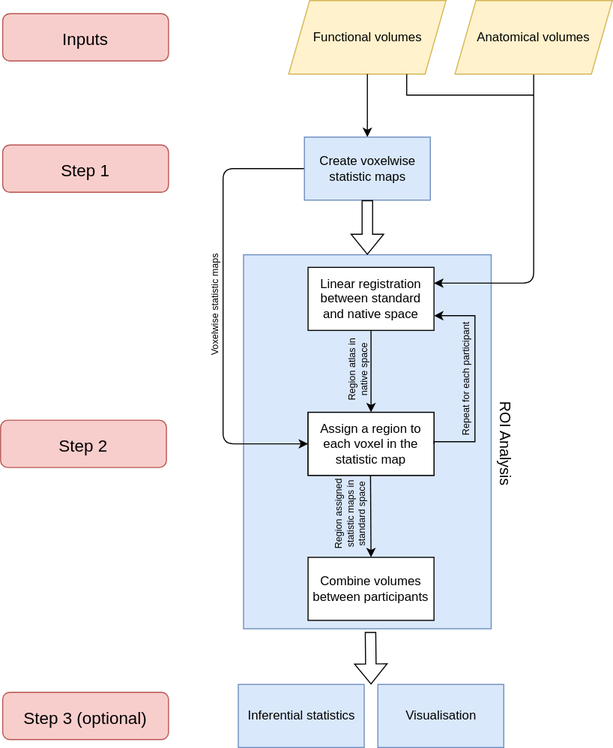
Earlier version of the draw.io export docs/images/process_overview.svg (elliohow/fMRI_ROI_Analysis_Tool). Source tidied: cells renumbered, new cells last; positions are measured from the earlier drawing's top-left corner, leaving out a move shared by most shapes. The source it was exported from:
```xml
<mxGraphModel>
  <root>
    <mxCell id="0" />
    <mxCell id="1" parent="0" />
    <mxCell id="2" style="rounded=0;whiteSpace=wrap;html=1;fillColor=#dae8fc;strokeColor=#6c8ebf;" parent="1" vertex="1">
      <mxGeometry x="231.5" y="242" width="236" height="356" as="geometry" />
    </mxCell>
    <mxCell id="3" value="Linear registration between standard and native space" style="rounded=0;whiteSpace=wrap;html=1;" parent="1" vertex="1">
      <mxGeometry x="293" y="254" width="120" height="60" as="geometry" />
    </mxCell>
    <mxCell id="4" style="endArrow=classic;html=1;exitX=0.5;exitY=1;exitDx=0;exitDy=0;entryX=1;entryY=0.25;entryDx=0;entryDy=0;" parent="1" edge="1" source="12" target="3">
      <mxGeometry relative="1" as="geometry">
        <Array as="points">
          <mxPoint x="508" y="269" />
        </Array>
      </mxGeometry>
    </mxCell>
    <mxCell id="5" value="ROI Analysis" style="rounded=0;whiteSpace=wrap;html=1;" parent="1" vertex="1">
      <mxGeometry x="293" y="392" width="120" height="60" as="geometry" />
    </mxCell>
    <mxCell id="6" value="Visualisation" style="rounded=0;whiteSpace=wrap;html=1;fillColor=#dae8fc;strokeColor=#6c8ebf;" parent="1" vertex="1">
      <mxGeometry x="359.5" y="651" width="120" height="60" as="geometry" />
    </mxCell>
    <mxCell id="7" value="Inferential statistics" style="rounded=0;whiteSpace=wrap;html=1;fillColor=#dae8fc;strokeColor=#6c8ebf;" parent="1" vertex="1">
      <mxGeometry x="226.5" y="651" width="120" height="60" as="geometry" />
    </mxCell>
    <mxCell id="8" style="endArrow=classic;html=1;exitX=0.5;exitY=1;exitDx=0;exitDy=0;entryX=0.5;entryY=0;entryDx=0;entryDy=0;" parent="1" edge="1" source="3" target="5">
      <mxGeometry relative="1" as="geometry" />
    </mxCell>
    <mxCell id="9" style="endArrow=classic;html=1;entryX=0;entryY=0.5;entryDx=0;entryDy=0;exitX=0;exitY=0.5;exitDx=0;exitDy=0;" parent="1" edge="1" source="15" target="17">
      <mxGeometry relative="1" as="geometry">
        <Array as="points">
          <mxPoint x="212" y="160" />
          <mxPoint x="212" y="422" />
        </Array>
      </mxGeometry>
    </mxCell>
    <mxCell id="10" value="&lt;div&gt;Region atlas in native space&lt;/div&gt;" style="text;html=1;strokeColor=none;fillColor=none;align=center;verticalAlign=middle;whiteSpace=wrap;rounded=0;rotation=-90;fontSize=9;" parent="1" vertex="1">
      <mxGeometry x="304.8" y="341.8" width="71.5" height="20" as="geometry" />
    </mxCell>
    <mxCell id="11" value="&lt;div&gt;Voxelwise statistic maps&lt;br&gt;&lt;/div&gt;" style="text;html=1;strokeColor=none;fillColor=none;align=center;verticalAlign=middle;whiteSpace=wrap;rounded=0;rotation=-90;fontSize=9;" parent="1" vertex="1">
      <mxGeometry x="133.5" y="280.5" width="142" height="19" as="geometry" />
    </mxCell>
    <mxCell id="12" value="&lt;div&gt;Anatomical volumes&lt;br&gt;&lt;/div&gt;" style="shape=parallelogram;perimeter=parallelogramPerimeter;whiteSpace=wrap;html=1;fixedSize=1;rounded=0;glass=0;fillColor=#fff2cc;strokeColor=#d6b656;" parent="1" vertex="1">
      <mxGeometry x="433" width="150" height="70" as="geometry" />
    </mxCell>
    <mxCell id="13" value="Functional volumes" style="shape=parallelogram;perimeter=parallelogramPerimeter;whiteSpace=wrap;html=1;fixedSize=1;rounded=0;glass=0;fillColor=#fff2cc;strokeColor=#d6b656;" parent="1" vertex="1">
      <mxGeometry x="274.5" width="150" height="70" as="geometry" />
    </mxCell>
    <mxCell id="14" style="endArrow=classic;html=1;exitX=0.5;exitY=1;exitDx=0;exitDy=0;entryX=0.5;entryY=0;entryDx=0;entryDy=0;" parent="1" edge="1" source="13" target="15">
      <mxGeometry relative="1" as="geometry" />
    </mxCell>
    <mxCell id="15" value="Create voxelwise statistic maps" style="rounded=0;whiteSpace=wrap;html=1;fillColor=#dae8fc;strokeColor=#6c8ebf;" parent="1" vertex="1">
      <mxGeometry x="289.5" y="130" width="120" height="60" as="geometry" />
    </mxCell>
    <mxCell id="16" value="&lt;font style=&quot;font-size: 14px;&quot;&gt;ROI Analysis&lt;/font&gt;" style="text;html=1;strokeColor=none;fillColor=none;align=center;verticalAlign=middle;whiteSpace=wrap;rounded=0;rotation=90;fontSize=9;" parent="1" vertex="1">
      <mxGeometry x="434" y="412.5" width="95" height="19" as="geometry" />
    </mxCell>
    <mxCell id="17" value="Assign a region to each voxel in the statistic map " style="rounded=0;whiteSpace=wrap;html=1;" parent="1" vertex="1">
      <mxGeometry x="293" y="392" width="120" height="60" as="geometry" />
    </mxCell>
    <mxCell id="18" style="edgeStyle=orthogonalEdgeStyle;rounded=0;jettySize=auto;html=1;fontSize=20;exitX=1;exitY=0.5;exitDx=0;exitDy=0;" parent="1" edge="1" source="17" target="3">
      <mxGeometry relative="1" as="geometry">
        <Array as="points">
          <mxPoint x="413" y="420" />
          <mxPoint x="452" y="420" />
          <mxPoint x="452" y="300" />
        </Array>
      </mxGeometry>
    </mxCell>
    <mxCell id="19" value="Combine volumes between participants" style="rounded=0;whiteSpace=wrap;html=1;" parent="1" vertex="1">
      <mxGeometry x="293" y="530" width="120" height="60" as="geometry" />
    </mxCell>
    <mxCell id="20" style="shape=flexArrow;endArrow=classic;html=1;rounded=0;fontSize=14;entryX=0.5;entryY=0;entryDx=0;entryDy=0;exitX=0.5;exitY=1;exitDx=0;exitDy=0;" parent="1" edge="1" source="15" target="2">
      <mxGeometry relative="1" as="geometry" />
    </mxCell>
    <mxCell id="21" style="shape=flexArrow;endArrow=classic;html=1;rounded=0;fontSize=14;exitX=0.5;exitY=1;exitDx=0;exitDy=0;" parent="1" edge="1">
      <mxGeometry relative="1" as="geometry">
        <mxPoint x="352.5" y="601" as="sourcePoint" />
        <mxPoint x="353" y="651" as="targetPoint" />
      </mxGeometry>
    </mxCell>
    <mxCell id="22" style="endArrow=none;html=1;rounded=0;fontSize=14;exitX=0.75;exitY=1;exitDx=0;exitDy=0;" parent="1" edge="1" source="13">
      <mxGeometry relative="1" as="geometry">
        <mxPoint x="508" y="90" as="targetPoint" />
        <Array as="points">
          <mxPoint x="387" y="90" />
        </Array>
      </mxGeometry>
    </mxCell>
    <mxCell id="23" style="endArrow=classic;html=1;exitX=0.5;exitY=1;exitDx=0;exitDy=0;entryX=0.5;entryY=0;entryDx=0;entryDy=0;" parent="1" edge="1" target="19">
      <mxGeometry relative="1" as="geometry">
        <mxPoint x="352.5" y="452" as="sourcePoint" />
      </mxGeometry>
    </mxCell>
    <mxCell id="24" value="Region assigned statistic maps in standard space" style="text;html=1;strokeColor=none;fillColor=none;align=center;verticalAlign=middle;whiteSpace=wrap;rounded=0;rotation=-90;fontSize=9;" parent="1" vertex="1">
      <mxGeometry x="296.5" y="479.5" width="73.5" height="20" as="geometry" />
    </mxCell>
    <mxCell id="25" value="Repeat for each participant" style="text;html=1;strokeColor=none;fillColor=none;align=center;verticalAlign=middle;whiteSpace=wrap;rounded=0;rotation=-90;fontSize=9;" parent="1" vertex="1">
      <mxGeometry x="375.2" y="350" width="137" height="20" as="geometry" />
    </mxCell>
    <mxCell id="26" value="&lt;font style=&quot;font-size: 16px;&quot;&gt;Inputs&lt;/font&gt;" style="rounded=1;whiteSpace=wrap;html=1;fontSize=20;fillColor=#f8cecc;strokeColor=#b85450;" parent="1" vertex="1">
      <mxGeometry x="2" y="12.5" width="158" height="45" as="geometry" />
    </mxCell>
    <mxCell id="27" value="&lt;font style=&quot;font-size: 16px;&quot;&gt;Step 1&lt;/font&gt;" style="rounded=1;whiteSpace=wrap;html=1;fontSize=20;fillColor=#f8cecc;strokeColor=#b85450;" parent="1" vertex="1">
      <mxGeometry x="2" y="137.5" width="158" height="45" as="geometry" />
    </mxCell>
    <mxCell id="28" value="&lt;font style=&quot;font-size: 16px;&quot;&gt;Step 2&lt;br&gt;&lt;/font&gt;" style="rounded=1;whiteSpace=wrap;html=1;fontSize=20;fillColor=#f8cecc;strokeColor=#b85450;" parent="1" vertex="1">
      <mxGeometry y="399.5" width="158" height="45" as="geometry" />
    </mxCell>
    <mxCell id="29" value="&lt;font style=&quot;font-size: 16px;&quot;&gt;Step 3 (optional)&lt;br&gt;&lt;/font&gt;" style="rounded=1;whiteSpace=wrap;html=1;fontSize=20;fillColor=#f8cecc;strokeColor=#b85450;" parent="1" vertex="1">
      <mxGeometry x="2" y="658.5" width="158" height="45" as="geometry" />
    </mxCell>
  </root>
</mxGraphModel>
```
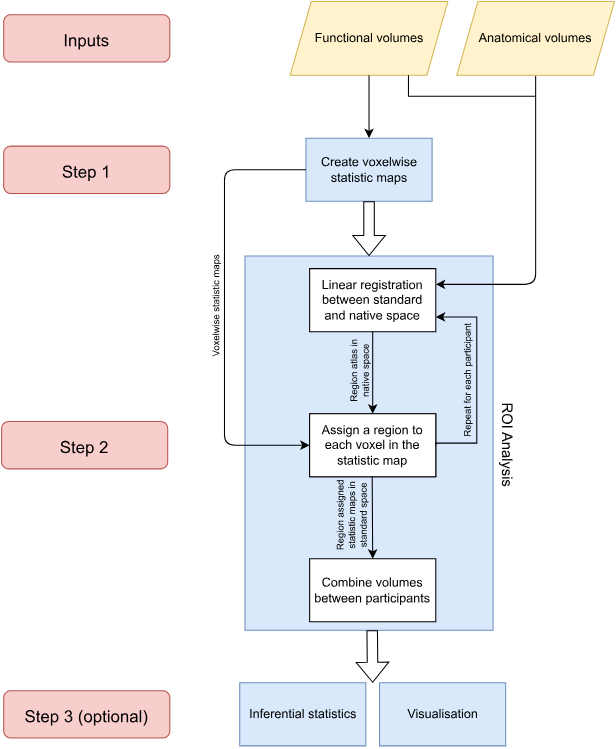
Later version of the same file.

The edit, as a diff of the source:
```diff
@@ -2,64 +2,59 @@
   <root>
     <mxCell id="0" />
     <mxCell id="1" parent="0" />
+    <mxCell id="30" style="group;" parent="1" vertex="1">
+      <mxGeometry width="583" height="708" as="geometry" />
+    </mxCell>
-    <mxCell id="2" style="rounded=0;whiteSpace=wrap;html=1;fillColor=#dae8fc;strokeColor=#6c8ebf;" parent="1" vertex="1">
+    <mxCell id="2" style="rounded=0;whiteSpace=wrap;html=1;fillColor=#dae8fc;strokeColor=#6c8ebf;" parent="30" vertex="1">
       <mxGeometry x="231.5" y="242" width="236" height="356" as="geometry" />
     </mxCell>
-    <mxCell id="3" value="Linear registration between standard and native space" style="rounded=0;whiteSpace=wrap;html=1;" parent="1" vertex="1">
+    <mxCell id="3" value="Linear registration between standard and native space" style="rounded=0;whiteSpace=wrap;html=1;" parent="30" vertex="1">
       <mxGeometry x="293" y="254" width="120" height="60" as="geometry" />
     </mxCell>
-    <mxCell id="4" style="endArrow=classic;html=1;exitX=0.5;exitY=1;exitDx=0;exitDy=0;entryX=1;entryY=0.25;entryDx=0;entryDy=0;" parent="1" edge="1" source="12" target="3">
+    <mxCell id="4" style="endArrow=classic;html=1;exitX=0.5;exitY=1;exitDx=0;exitDy=0;entryX=1;entryY=0.25;entryDx=0;entryDy=0;" parent="30" edge="1" source="12" target="3">
       <mxGeometry relative="1" as="geometry">
         <Array as="points">
           <mxPoint x="508" y="269" />
         </Array>
       </mxGeometry>
     </mxCell>
-    <mxCell id="5" value="ROI Analysis" style="rounded=0;whiteSpace=wrap;html=1;" parent="1" vertex="1">
+    <mxCell id="5" value="ROI Analysis" style="rounded=0;whiteSpace=wrap;html=1;" parent="30" vertex="1">
       <mxGeometry x="293" y="392" width="120" height="60" as="geometry" />
     </mxCell>
-    <mxCell id="6" value="Visualisation" style="rounded=0;whiteSpace=wrap;html=1;fillColor=#dae8fc;strokeColor=#6c8ebf;" parent="1" vertex="1">
-      <mxGeometry x="359.5" y="651" width="120" height="60" as="geometry" />
+    <mxCell id="6" value="Visualisation" style="rounded=0;whiteSpace=wrap;html=1;fillColor=#dae8fc;strokeColor=#6c8ebf;" parent="30" vertex="1">
+      <mxGeometry x="359.5" y="648" width="120" height="60" as="geometry" />
     </mxCell>
-    <mxCell id="7" value="Inferential statistics" style="rounded=0;whiteSpace=wrap;html=1;fillColor=#dae8fc;strokeColor=#6c8ebf;" parent="1" vertex="1">
-      <mxGeometry x="226.5" y="651" width="120" height="60" as="geometry" />
+    <mxCell id="7" value="Inferential statistics" style="rounded=0;whiteSpace=wrap;html=1;fillColor=#dae8fc;strokeColor=#6c8ebf;" parent="30" vertex="1">
+      <mxGeometry x="226.5" y="648" width="120" height="60" as="geometry" />
     </mxCell>
-    <mxCell id="8" style="endArrow=classic;html=1;exitX=0.5;exitY=1;exitDx=0;exitDy=0;entryX=0.5;entryY=0;entryDx=0;entryDy=0;" parent="1" edge="1" source="3" target="5">
+    <mxCell id="8" style="endArrow=classic;html=1;exitX=0.5;exitY=1;exitDx=0;exitDy=0;entryX=0.5;entryY=0;entryDx=0;entryDy=0;" parent="30" edge="1" source="3" target="5">
       <mxGeometry relative="1" as="geometry" />
     </mxCell>
-    <mxCell id="9" style="endArrow=classic;html=1;entryX=0;entryY=0.5;entryDx=0;entryDy=0;exitX=0;exitY=0.5;exitDx=0;exitDy=0;" parent="1" edge="1" source="15" target="17">
-      <mxGeometry relative="1" as="geometry">
-        <Array as="points">
-          <mxPoint x="212" y="160" />
-          <mxPoint x="212" y="422" />
-        </Array>
-      </mxGeometry>
-    </mxCell>
-    <mxCell id="10" value="&lt;div&gt;Region atlas in native space&lt;/div&gt;" style="text;html=1;strokeColor=none;fillColor=none;align=center;verticalAlign=middle;whiteSpace=wrap;rounded=0;rotation=-90;fontSize=9;" parent="1" vertex="1">
+    <mxCell id="10" value="&lt;div&gt;Region atlas in native space&lt;/div&gt;" style="text;html=1;strokeColor=none;fillColor=none;align=center;verticalAlign=middle;whiteSpace=wrap;rounded=0;rotation=-90;fontSize=9;" parent="30" vertex="1">
       <mxGeometry x="304.8" y="341.8" width="71.5" height="20" as="geometry" />
     </mxCell>
-    <mxCell id="11" value="&lt;div&gt;Voxelwise statistic maps&lt;br&gt;&lt;/div&gt;" style="text;html=1;strokeColor=none;fillColor=none;align=center;verticalAlign=middle;whiteSpace=wrap;rounded=0;rotation=-90;fontSize=9;" parent="1" vertex="1">
+    <mxCell id="11" value="&lt;div&gt;Voxelwise statistic maps&lt;br&gt;&lt;/div&gt;" style="text;html=1;strokeColor=none;fillColor=none;align=center;verticalAlign=middle;whiteSpace=wrap;rounded=0;rotation=-90;fontSize=9;" parent="30" vertex="1">
       <mxGeometry x="133.5" y="280.5" width="142" height="19" as="geometry" />
     </mxCell>
-    <mxCell id="12" value="&lt;div&gt;Anatomical volumes&lt;br&gt;&lt;/div&gt;" style="shape=parallelogram;perimeter=parallelogramPerimeter;whiteSpace=wrap;html=1;fixedSize=1;rounded=0;glass=0;fillColor=#fff2cc;strokeColor=#d6b656;" parent="1" vertex="1">
+    <mxCell id="12" value="&lt;div&gt;Anatomical volumes&lt;br&gt;&lt;/div&gt;" style="shape=parallelogram;perimeter=parallelogramPerimeter;whiteSpace=wrap;html=1;fixedSize=1;rounded=0;glass=0;fillColor=#fff2cc;strokeColor=#d6b656;" parent="30" vertex="1">
       <mxGeometry x="433" width="150" height="70" as="geometry" />
     </mxCell>
-    <mxCell id="13" value="Functional volumes" style="shape=parallelogram;perimeter=parallelogramPerimeter;whiteSpace=wrap;html=1;fixedSize=1;rounded=0;glass=0;fillColor=#fff2cc;strokeColor=#d6b656;" parent="1" vertex="1">
+    <mxCell id="13" value="Functional volumes" style="shape=parallelogram;perimeter=parallelogramPerimeter;whiteSpace=wrap;html=1;fixedSize=1;rounded=0;glass=0;fillColor=#fff2cc;strokeColor=#d6b656;" parent="30" vertex="1">
       <mxGeometry x="274.5" width="150" height="70" as="geometry" />
     </mxCell>
-    <mxCell id="14" style="endArrow=classic;html=1;exitX=0.5;exitY=1;exitDx=0;exitDy=0;entryX=0.5;entryY=0;entryDx=0;entryDy=0;" parent="1" edge="1" source="13" target="15">
+    <mxCell id="14" style="endArrow=classic;html=1;exitX=0.5;exitY=1;exitDx=0;exitDy=0;entryX=0.5;entryY=0;entryDx=0;entryDy=0;" parent="30" edge="1" source="13" target="15">
       <mxGeometry relative="1" as="geometry" />
     </mxCell>
-    <mxCell id="15" value="Create voxelwise statistic maps" style="rounded=0;whiteSpace=wrap;html=1;fillColor=#dae8fc;strokeColor=#6c8ebf;" parent="1" vertex="1">
+    <mxCell id="15" value="Create voxelwise statistic maps" style="rounded=0;whiteSpace=wrap;html=1;fillColor=#dae8fc;strokeColor=#6c8ebf;" parent="30" vertex="1">
       <mxGeometry x="289.5" y="130" width="120" height="60" as="geometry" />
     </mxCell>
-    <mxCell id="16" value="&lt;font style=&quot;font-size: 14px;&quot;&gt;ROI Analysis&lt;/font&gt;" style="text;html=1;strokeColor=none;fillColor=none;align=center;verticalAlign=middle;whiteSpace=wrap;rounded=0;rotation=90;fontSize=9;" parent="1" vertex="1">
+    <mxCell id="16" value="&lt;font style=&quot;font-size: 14px;&quot;&gt;ROI Analysis&lt;/font&gt;" style="text;html=1;strokeColor=none;fillColor=none;align=center;verticalAlign=middle;whiteSpace=wrap;rounded=0;rotation=90;fontSize=9;" parent="30" vertex="1">
       <mxGeometry x="434" y="412.5" width="95" height="19" as="geometry" />
     </mxCell>
-    <mxCell id="17" value="Assign a region to each voxel in the statistic map " style="rounded=0;whiteSpace=wrap;html=1;" parent="1" vertex="1">
+    <mxCell id="17" value="Assign a region to each voxel in the statistic map " style="rounded=0;whiteSpace=wrap;html=1;" parent="30" vertex="1">
       <mxGeometry x="293" y="392" width="120" height="60" as="geometry" />
     </mxCell>
-    <mxCell id="18" style="edgeStyle=orthogonalEdgeStyle;rounded=0;jettySize=auto;html=1;fontSize=20;exitX=1;exitY=0.5;exitDx=0;exitDy=0;" parent="1" edge="1" source="17" target="3">
+    <mxCell id="18" style="edgeStyle=orthogonalEdgeStyle;rounded=0;jettySize=auto;html=1;fontSize=20;exitX=1;exitY=0.5;exitDx=0;exitDy=0;" parent="30" edge="1" source="17" target="3">
       <mxGeometry relative="1" as="geometry">
         <Array as="points">
           <mxPoint x="413" y="420" />
@@ -68,19 +63,27 @@
         </Array>
       </mxGeometry>
     </mxCell>
-    <mxCell id="19" value="Combine volumes between participants" style="rounded=0;whiteSpace=wrap;html=1;" parent="1" vertex="1">
+    <mxCell id="19" value="Combine volumes between participants" style="rounded=0;whiteSpace=wrap;html=1;" parent="30" vertex="1">
       <mxGeometry x="293" y="530" width="120" height="60" as="geometry" />
     </mxCell>
+    <mxCell id="9" style="endArrow=classic;html=1;entryX=0;entryY=0.5;entryDx=0;entryDy=0;exitX=0;exitY=0.5;exitDx=0;exitDy=0;" parent="30" edge="1" source="15" target="17">
+      <mxGeometry relative="1" as="geometry">
+        <Array as="points">
+          <mxPoint x="212" y="160" />
+          <mxPoint x="212" y="422" />
+        </Array>
+      </mxGeometry>
+    </mxCell>
-    <mxCell id="20" style="shape=flexArrow;endArrow=classic;html=1;rounded=0;fontSize=14;entryX=0.5;entryY=0;entryDx=0;entryDy=0;exitX=0.5;exitY=1;exitDx=0;exitDy=0;" parent="1" edge="1" source="15" target="2">
+    <mxCell id="20" style="shape=flexArrow;endArrow=classic;html=1;rounded=0;fontSize=14;entryX=0.5;entryY=0;entryDx=0;entryDy=0;exitX=0.5;exitY=1;exitDx=0;exitDy=0;" parent="30" edge="1" source="15" target="2">
       <mxGeometry relative="1" as="geometry" />
     </mxCell>
-    <mxCell id="21" style="shape=flexArrow;endArrow=classic;html=1;rounded=0;fontSize=14;exitX=0.5;exitY=1;exitDx=0;exitDy=0;" parent="1" edge="1">
+    <mxCell id="21" style="shape=flexArrow;endArrow=classic;html=1;rounded=0;fontSize=14;exitX=0.5;exitY=1;exitDx=0;exitDy=0;" parent="30" edge="1">
       <mxGeometry relative="1" as="geometry">
-        <mxPoint x="352.5" y="601" as="sourcePoint" />
-        <mxPoint x="353" y="651" as="targetPoint" />
+        <mxPoint x="352.5" y="598" as="sourcePoint" />
+        <mxPoint x="353" y="648" as="targetPoint" />
       </mxGeometry>
     </mxCell>
-    <mxCell id="22" style="endArrow=none;html=1;rounded=0;fontSize=14;exitX=0.75;exitY=1;exitDx=0;exitDy=0;" parent="1" edge="1" source="13">
+    <mxCell id="22" style="endArrow=none;html=1;rounded=0;fontSize=14;exitX=0.75;exitY=1;exitDx=0;exitDy=0;" parent="30" edge="1" source="13">
       <mxGeometry relative="1" as="geometry">
         <mxPoint x="508" y="90" as="targetPoint" />
         <Array as="points">
@@ -88,28 +91,28 @@
         </Array>
       </mxGeometry>
     </mxCell>
-    <mxCell id="23" style="endArrow=classic;html=1;exitX=0.5;exitY=1;exitDx=0;exitDy=0;entryX=0.5;entryY=0;entryDx=0;entryDy=0;" parent="1" edge="1" target="19">
+    <mxCell id="23" style="endArrow=classic;html=1;exitX=0.5;exitY=1;exitDx=0;exitDy=0;entryX=0.5;entryY=0;entryDx=0;entryDy=0;" parent="30" edge="1" target="19">
       <mxGeometry relative="1" as="geometry">
         <mxPoint x="352.5" y="452" as="sourcePoint" />
       </mxGeometry>
     </mxCell>
-    <mxCell id="24" value="Region assigned statistic maps in standard space" style="text;html=1;strokeColor=none;fillColor=none;align=center;verticalAlign=middle;whiteSpace=wrap;rounded=0;rotation=-90;fontSize=9;" parent="1" vertex="1">
+    <mxCell id="24" value="Region assigned statistic maps in standard space" style="text;html=1;strokeColor=none;fillColor=none;align=center;verticalAlign=middle;whiteSpace=wrap;rounded=0;rotation=-90;fontSize=9;" parent="30" vertex="1">
       <mxGeometry x="296.5" y="479.5" width="73.5" height="20" as="geometry" />
     </mxCell>
-    <mxCell id="25" value="Repeat for each participant" style="text;html=1;strokeColor=none;fillColor=none;align=center;verticalAlign=middle;whiteSpace=wrap;rounded=0;rotation=-90;fontSize=9;" parent="1" vertex="1">
+    <mxCell id="25" value="Repeat for each participant" style="text;html=1;strokeColor=none;fillColor=none;align=center;verticalAlign=middle;whiteSpace=wrap;rounded=0;rotation=-90;fontSize=9;" parent="30" vertex="1">
       <mxGeometry x="375.2" y="350" width="137" height="20" as="geometry" />
     </mxCell>
-    <mxCell id="26" value="&lt;font style=&quot;font-size: 16px;&quot;&gt;Inputs&lt;/font&gt;" style="rounded=1;whiteSpace=wrap;html=1;fontSize=20;fillColor=#f8cecc;strokeColor=#b85450;" parent="1" vertex="1">
+    <mxCell id="26" value="&lt;font style=&quot;font-size: 16px;&quot;&gt;Inputs&lt;/font&gt;" style="rounded=1;whiteSpace=wrap;html=1;fontSize=20;fillColor=#f8cecc;strokeColor=#b85450;" parent="30" vertex="1">
       <mxGeometry x="2" y="12.5" width="158" height="45" as="geometry" />
     </mxCell>
-    <mxCell id="27" value="&lt;font style=&quot;font-size: 16px;&quot;&gt;Step 1&lt;/font&gt;" style="rounded=1;whiteSpace=wrap;html=1;fontSize=20;fillColor=#f8cecc;strokeColor=#b85450;" parent="1" vertex="1">
+    <mxCell id="27" value="&lt;font style=&quot;font-size: 16px;&quot;&gt;Step 1&lt;/font&gt;" style="rounded=1;whiteSpace=wrap;html=1;fontSize=20;fillColor=#f8cecc;strokeColor=#b85450;" parent="30" vertex="1">
       <mxGeometry x="2" y="137.5" width="158" height="45" as="geometry" />
     </mxCell>
-    <mxCell id="28" value="&lt;font style=&quot;font-size: 16px;&quot;&gt;Step 2&lt;br&gt;&lt;/font&gt;" style="rounded=1;whiteSpace=wrap;html=1;fontSize=20;fillColor=#f8cecc;strokeColor=#b85450;" parent="1" vertex="1">
+    <mxCell id="28" value="&lt;font style=&quot;font-size: 16px;&quot;&gt;Step 2&lt;br&gt;&lt;/font&gt;" style="rounded=1;whiteSpace=wrap;html=1;fontSize=20;fillColor=#f8cecc;strokeColor=#b85450;" parent="30" vertex="1">
       <mxGeometry y="399.5" width="158" height="45" as="geometry" />
     </mxCell>
-    <mxCell id="29" value="&lt;font style=&quot;font-size: 16px;&quot;&gt;Step 3 (optional)&lt;br&gt;&lt;/font&gt;" style="rounded=1;whiteSpace=wrap;html=1;fontSize=20;fillColor=#f8cecc;strokeColor=#b85450;" parent="1" vertex="1">
-      <mxGeometry x="2" y="658.5" width="158" height="45" as="geometry" />
+    <mxCell id="29" value="&lt;font style=&quot;font-size: 16px;&quot;&gt;Step 3 (optional)&lt;br&gt;&lt;/font&gt;" style="rounded=1;whiteSpace=wrap;html=1;fontSize=20;fillColor=#f8cecc;strokeColor=#b85450;" parent="30" vertex="1">
+      <mxGeometry x="2" y="655.5" width="158" height="45" as="geometry" />
     </mxCell>
   </root>
 </mxGraphModel>
```
